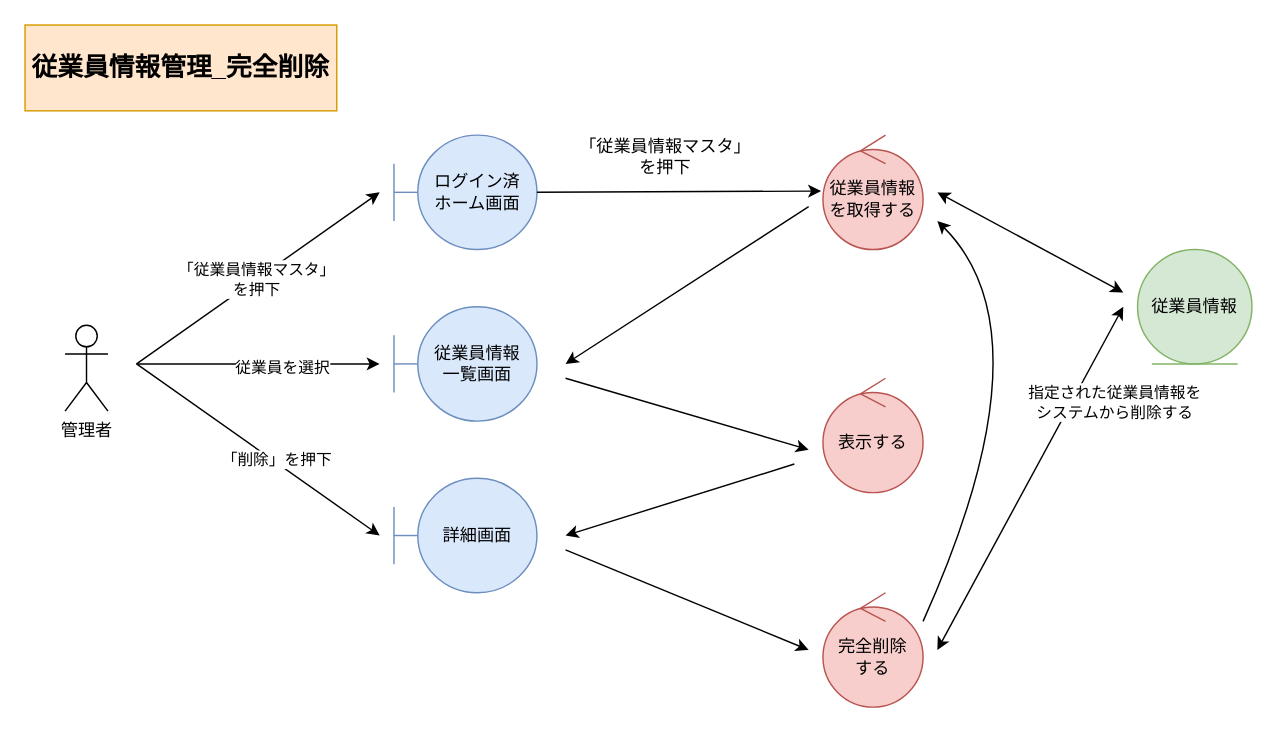
HaruShim/Sotuken keeps this draw.io diagram as page "*従業員情報管理_完全削除" (5 of 5) of 各種設計書/3ロバストネス図/マスタ管理/1.従業員情報マスタ.drawio. Above is the earlier version. Source tidied: cells renumbered, new cells numbered last; positions are measured from the earlier drawing's top-left corner, leaving out a move shared by most shapes. Both pictures are drawn from the tidied source at 143%, with x=0, y=0 at pixel (24, 24).
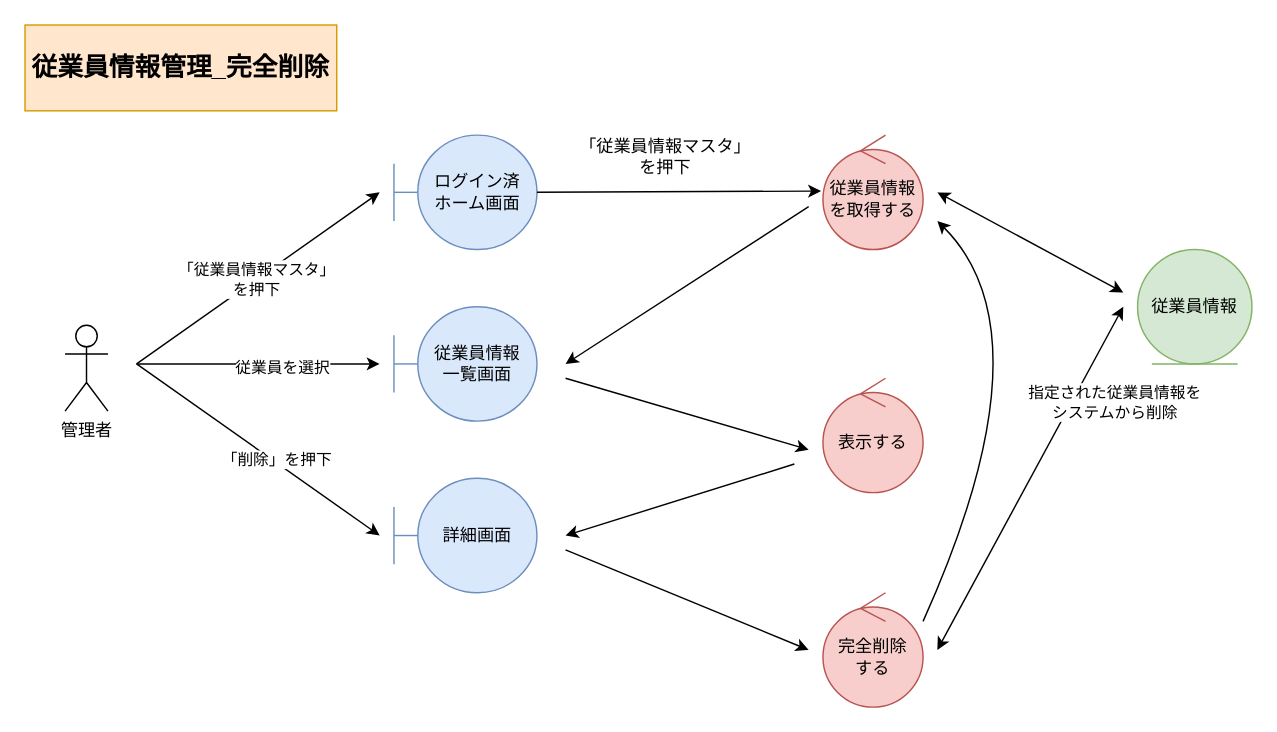
Above is the later version.

Unchanged cells that the change refers to:
```xml
<mxCell id="14" style="endArrow=classic;html=1;rounded=0;startArrow=classic;startFill=1;" parent="1" edge="1">
  <mxGeometry relative="1" as="geometry">
    <mxPoint x="638" y="437" as="sourcePoint" />
    <mxPoint x="768" y="197" as="targetPoint" />
  </mxGeometry>
</mxCell>
```

The edit, as a diff of the source:
```diff
@@
-    <mxCell id="15" value="指定された従業員情報を&lt;br&gt;システムから削除する" style="edgeLabel;html=1;align=center;verticalAlign=middle;" parent="14" vertex="1">
+    <mxCell id="15" value="指定された従業員情報を&lt;br&gt;システムから削除" style="edgeLabel;html=1;align=center;verticalAlign=middle;" parent="14" vertex="1">
       <mxGeometry x="0.45" y="-2" relative="1" as="geometry">
         <mxPoint x="27" as="offset" />
       </mxGeometry>
     </mxCell>
```
